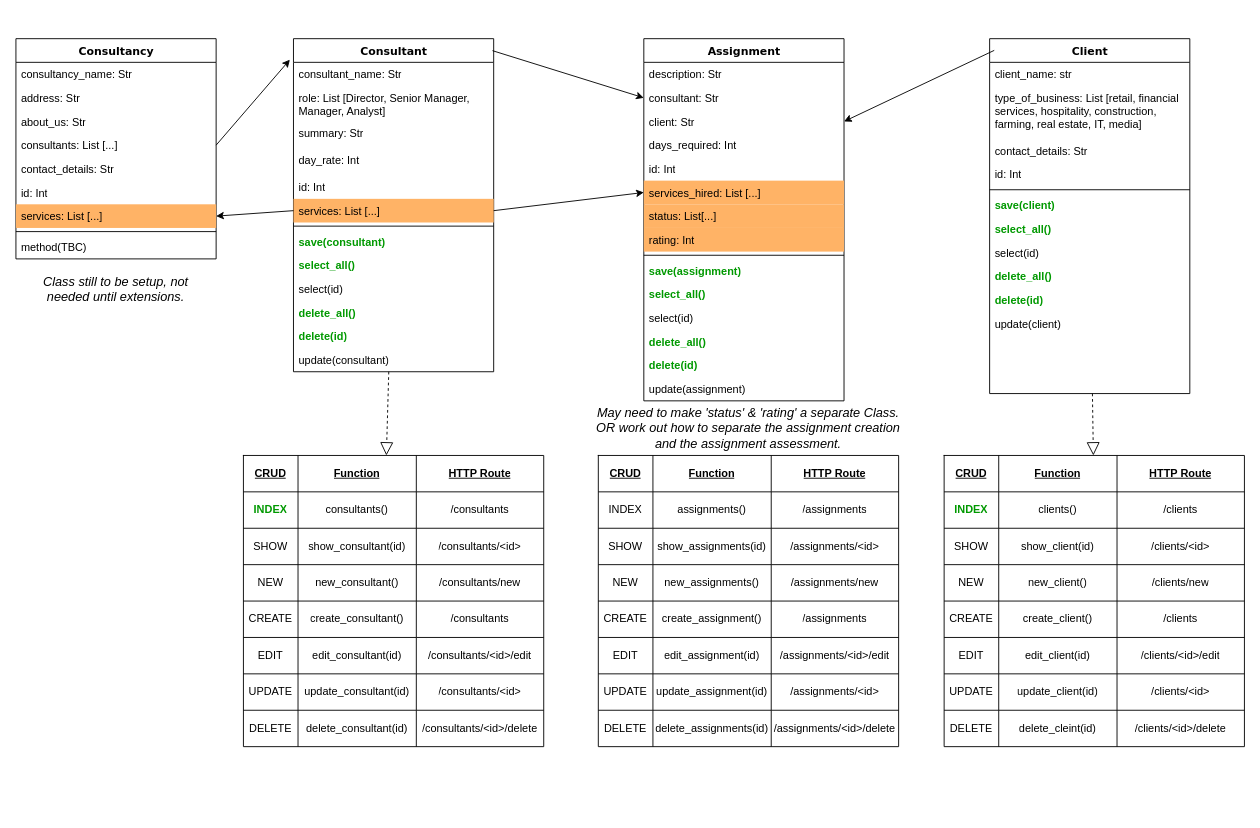
michaelmccoll/Project_Secure_Design keeps this draw.io diagram as planning/Class Diagrams.drawio. Above is the earlier version. Source tidied: cells renumbered, new cells numbered last; positions are measured from the earlier drawing's top-left corner, leaving out a move shared by most shapes. Both pictures are drawn from the tidied source at 91%, with x=0, y=0 at pixel (15, 38).
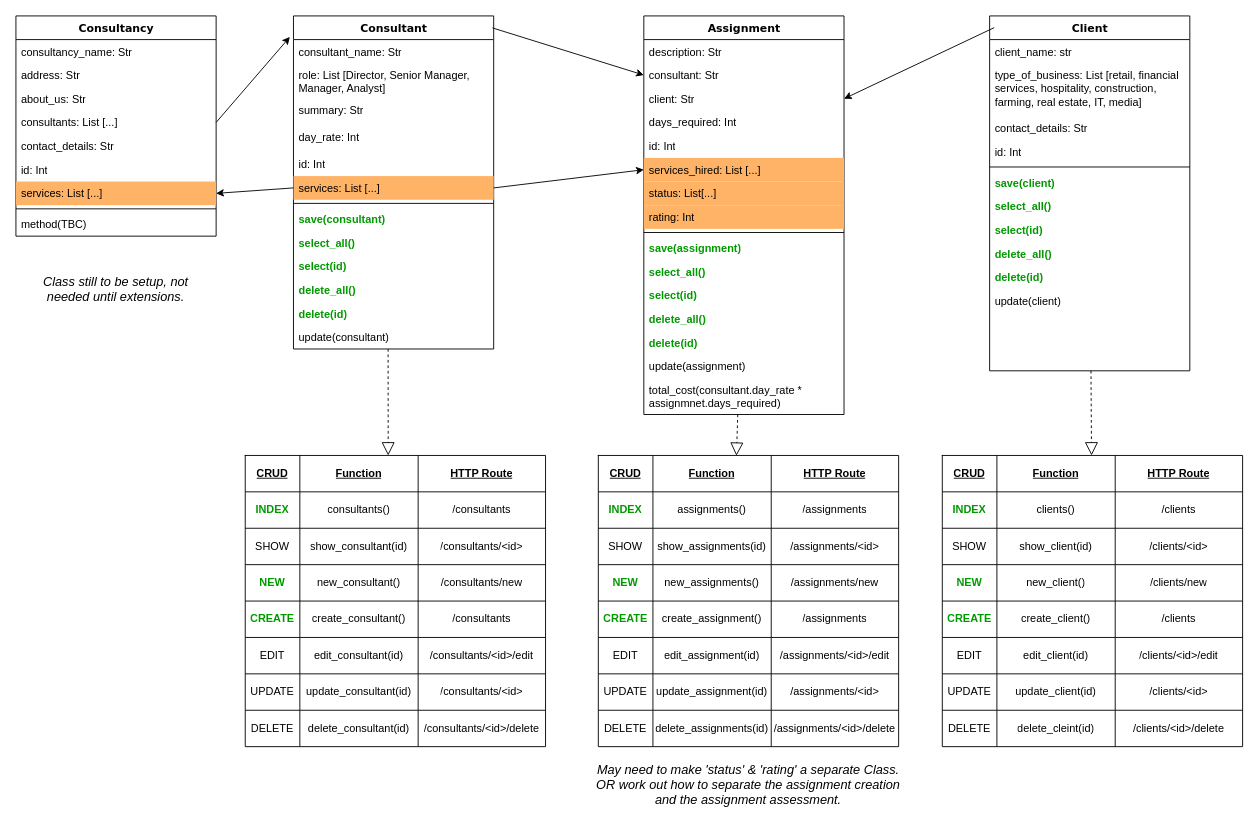
Above is the later version.

The change refers to these unchanged cells:
```xml
<mxCell id="42" style="shape=partialRectangle;html=1;whiteSpace=wrap;fillColor=none;top=0;left=0;bottom=0;right=0;points=[[0,0.5],[1,0.5]];portConstraint=eastwest;" parent="41" vertex="1">
  <mxGeometry width="330" height="40" as="geometry" />
</mxCell>
<mxCell id="54" style="shape=partialRectangle;html=1;whiteSpace=wrap;fillColor=none;top=0;left=0;bottom=0;right=0;" parent="41" vertex="1">
  <mxGeometry y="120" width="330" height="40" as="geometry" />
</mxCell>
<mxCell id="58" style="shape=partialRectangle;html=1;whiteSpace=wrap;fillColor=none;top=0;left=0;bottom=0;right=0;" parent="41" vertex="1">
  <mxGeometry y="160" width="330" height="40" as="geometry" />
</mxCell>
<mxCell id="87" style="shape=partialRectangle;html=1;whiteSpace=wrap;fillColor=none;top=0;left=0;bottom=0;right=0;" parent="74" vertex="1">
  <mxGeometry y="120" width="330" height="40" as="geometry" />
</mxCell>
<mxCell id="91" style="shape=partialRectangle;html=1;whiteSpace=wrap;fillColor=none;top=0;left=0;bottom=0;right=0;" parent="74" vertex="1">
  <mxGeometry y="160" width="330" height="40" as="geometry" />
</mxCell>
<mxCell id="130" style="shape=partialRectangle;html=1;whiteSpace=wrap;fillColor=none;top=0;left=0;bottom=0;right=0;points=[[0,0.5],[1,0.5]];portConstraint=eastwest;" parent="129" vertex="1">
  <mxGeometry width="330" height="40" as="geometry" />
</mxCell>
<mxCell id="134" style="shape=partialRectangle;html=1;whiteSpace=wrap;fillColor=none;top=0;left=0;bottom=0;right=0;" parent="129" vertex="1">
  <mxGeometry y="40" width="330" height="40" as="geometry" />
</mxCell>
<mxCell id="142" style="shape=partialRectangle;html=1;whiteSpace=wrap;fillColor=none;top=0;left=0;bottom=0;right=0;" parent="129" vertex="1">
  <mxGeometry y="120" width="330" height="40" as="geometry" />
</mxCell>
<mxCell id="146" style="shape=partialRectangle;html=1;whiteSpace=wrap;fillColor=none;top=0;left=0;bottom=0;right=0;" parent="129" vertex="1">
  <mxGeometry y="160" width="330" height="40" as="geometry" />
</mxCell>
```

The edit, as a diff of the source:
```diff
@@
     <mxCell id="2" value="Client" style="swimlane;html=1;fontStyle=1;align=center;verticalAlign=top;horizontal=1;startSize=26;swimlaneFillColor=#ffffff;rounded=0;shadow=0;comic=0;labelBackgroundColor=none;strokeWidth=1;fillColor=none;fontFamily=Verdana;fontSize=12;" parent="1" vertex="1">
-      <mxGeometry x="1070" width="220" height="390" as="geometry" />
+      <mxGeometry x="1070" y="-25" width="220" height="390" as="geometry" />
     </mxCell>
@@
-    <mxCell id="10" value="select(id)" style="text;html=1;strokeColor=none;fillColor=none;align=left;verticalAlign=top;spacingLeft=4;spacingRight=4;whiteSpace=wrap;overflow=hidden;" parent="2" vertex="1">
+    <mxCell id="10" value="select(id)" style="text;html=1;strokeColor=none;fillColor=none;align=left;verticalAlign=top;spacingLeft=4;spacingRight=4;whiteSpace=wrap;overflow=hidden;fontStyle=1;fontColor=#009900;" parent="2" vertex="1">
       <mxGeometry y="222" width="220" height="26" as="geometry" />
     </mxCell>
@@
     <mxCell id="14" value="Consultancy" style="swimlane;html=1;fontStyle=1;align=center;verticalAlign=top;horizontal=1;startSize=26;swimlaneFillColor=#ffffff;rounded=0;shadow=0;comic=0;labelBackgroundColor=none;strokeWidth=1;fillColor=none;fontFamily=Verdana;fontSize=12;" parent="1" vertex="1">
-      <mxGeometry width="220" height="242" as="geometry" />
+      <mxGeometry y="-25" width="220" height="242" as="geometry" />
     </mxCell>
@@
     <mxCell id="24" value="Consultant" style="swimlane;html=1;fontStyle=1;align=center;verticalAlign=top;horizontal=1;startSize=26;swimlaneFillColor=#ffffff;rounded=0;shadow=0;comic=0;labelBackgroundColor=none;strokeWidth=1;fillColor=none;fontFamily=Verdana;fontSize=12;" parent="1" vertex="1">
-      <mxGeometry x="305" width="220" height="366" as="geometry" />
+      <mxGeometry x="305" y="-25" width="220" height="366" as="geometry" />
     </mxCell>
@@
-    <mxCell id="34" value="select(id)" style="text;html=1;strokeColor=none;fillColor=none;align=left;verticalAlign=top;spacingLeft=4;spacingRight=4;whiteSpace=wrap;overflow=hidden;" parent="24" vertex="1">
+    <mxCell id="34" value="select(id)" style="text;html=1;strokeColor=none;fillColor=none;align=left;verticalAlign=top;spacingLeft=4;spacingRight=4;whiteSpace=wrap;overflow=hidden;fontStyle=1;fontColor=#009900;" parent="24" vertex="1">
       <mxGeometry y="262" width="220" height="26" as="geometry" />
     </mxCell>
@@
     <mxCell id="41" style="shape=table;html=1;whiteSpace=wrap;startSize=0;childLayout=tableLayout;fontColor=#009900;" parent="1" vertex="1">
-      <mxGeometry x="250" y="458" width="330" height="320" as="geometry" />
+      <mxGeometry x="252" y="458" width="330" height="320" as="geometry" />
     </mxCell>
@@
-    <mxCell id="55" value="NEW" style="shape=partialRectangle;html=1;whiteSpace=wrap;overflow=hidden;fillColor=none;top=0;left=0;bottom=0;right=0;" parent="54" vertex="1">
+    <mxCell id="55" value="NEW" style="shape=partialRectangle;html=1;whiteSpace=wrap;overflow=hidden;fillColor=none;top=0;left=0;bottom=0;right=0;fontColor=#009900;fontStyle=1;" parent="54" vertex="1">
       <mxGeometry width="60" height="40" as="geometry" />
     </mxCell>
@@
-    <mxCell id="59" value="CREATE" style="shape=partialRectangle;html=1;whiteSpace=wrap;overflow=hidden;fillColor=none;top=0;left=0;bottom=0;right=0;" parent="58" vertex="1">
+    <mxCell id="59" value="CREATE" style="shape=partialRectangle;html=1;whiteSpace=wrap;overflow=hidden;fillColor=none;top=0;left=0;bottom=0;right=0;fontColor=#009900;fontStyle=1;" parent="58" vertex="1">
       <mxGeometry width="60" height="40" as="geometry" />
     </mxCell>
@@
     <mxCell id="74" style="shape=table;html=1;whiteSpace=wrap;startSize=0;childLayout=tableLayout;" parent="1" vertex="1">
-      <mxGeometry x="1020" y="458" width="330" height="320" as="geometry" />
+      <mxGeometry x="1018" y="458" width="330" height="320" as="geometry" />
     </mxCell>
@@
-    <mxCell id="88" value="NEW" style="shape=partialRectangle;html=1;whiteSpace=wrap;overflow=hidden;fillColor=none;top=0;left=0;bottom=0;right=0;" parent="87" vertex="1">
+    <mxCell id="88" value="NEW" style="shape=partialRectangle;html=1;whiteSpace=wrap;overflow=hidden;fillColor=none;top=0;left=0;bottom=0;right=0;fontColor=#009900;fontStyle=1;" parent="87" vertex="1">
       <mxGeometry width="60" height="40" as="geometry" />
     </mxCell>
@@
-    <mxCell id="92" value="CREATE" style="shape=partialRectangle;html=1;whiteSpace=wrap;overflow=hidden;fillColor=none;top=0;left=0;bottom=0;right=0;" parent="91" vertex="1">
+    <mxCell id="92" value="CREATE" style="shape=partialRectangle;html=1;whiteSpace=wrap;overflow=hidden;fillColor=none;top=0;left=0;bottom=0;right=0;fontColor=#009900;fontStyle=1;" parent="91" vertex="1">
       <mxGeometry width="60" height="40" as="geometry" />
     </mxCell>
@@
-    <mxCell id="107" style="endArrow=block;dashed=1;endFill=0;endSize=12;html=1;entryX=0.476;entryY=0;entryDx=0;entryDy=0;entryPerimeter=0;" parent="1" edge="1" source="24" target="42">
-      <mxGeometry relative="1" as="geometry" />
+    <mxCell id="107" style="endArrow=block;dashed=1;endFill=0;endSize=12;html=1;entryX=0.476;entryY=0;entryDx=0;entryDy=0;entryPerimeter=0;" parent="1" edge="1" target="42">
+      <mxGeometry relative="1" as="geometry">
+        <mxPoint x="409" y="341" as="sourcePoint" />
+      </mxGeometry>
     </mxCell>
@@
     <mxCell id="109" value="Assignment" style="swimlane;html=1;fontStyle=1;align=center;verticalAlign=top;horizontal=1;startSize=26;swimlaneFillColor=#ffffff;rounded=0;shadow=0;comic=0;labelBackgroundColor=none;strokeWidth=1;fillColor=none;fontFamily=Verdana;fontSize=12;" parent="1" vertex="1">
-      <mxGeometry x="690" width="220" height="398" as="geometry" />
+      <mxGeometry x="690" y="-25" width="220" height="438" as="geometry" />
     </mxCell>
@@
-    <mxCell id="121" value="select(id)" style="text;html=1;strokeColor=none;fillColor=none;align=left;verticalAlign=top;spacingLeft=4;spacingRight=4;whiteSpace=wrap;overflow=hidden;" parent="109" vertex="1">
+    <mxCell id="121" value="select(id)" style="text;html=1;strokeColor=none;fillColor=none;align=left;verticalAlign=top;spacingLeft=4;spacingRight=4;whiteSpace=wrap;overflow=hidden;fontStyle=1;fontColor=#009900;" parent="109" vertex="1">
       <mxGeometry y="294" width="220" height="26" as="geometry" />
     </mxCell>
@@
+    <mxCell id="162" value="total_cost(consultant.day_rate * assignmnet.days_required)" style="text;html=1;strokeColor=none;fillColor=none;align=left;verticalAlign=top;spacingLeft=4;spacingRight=4;whiteSpace=wrap;overflow=hidden;" parent="109" vertex="1">
+      <mxGeometry y="398" width="220" height="40" as="geometry" />
+    </mxCell>
@@
     <mxCell id="127" value="May need to make 'status' &amp;amp; 'rating' a separate Class. OR work out how to separate the assignment creation and the assignment assessment." style="text;html=1;strokeColor=none;fillColor=none;align=center;verticalAlign=middle;whiteSpace=wrap;rounded=0;fontSize=14;fontStyle=2;" parent="1" vertex="1">
-      <mxGeometry x="630" y="398" width="350" height="60" as="geometry" />
+      <mxGeometry x="630" y="790" width="350" height="60" as="geometry" />
     </mxCell>
@@
-    <mxCell id="135" value="INDEX" style="shape=partialRectangle;html=1;whiteSpace=wrap;overflow=hidden;fillColor=none;top=0;left=0;bottom=0;right=0;" parent="134" vertex="1">
+    <mxCell id="135" value="INDEX" style="shape=partialRectangle;html=1;whiteSpace=wrap;overflow=hidden;fillColor=none;top=0;left=0;bottom=0;right=0;fontStyle=1;fontColor=#009900;" parent="134" vertex="1">
       <mxGeometry width="60" height="40" as="geometry" />
     </mxCell>
@@
-    <mxCell id="143" value="NEW" style="shape=partialRectangle;html=1;whiteSpace=wrap;overflow=hidden;fillColor=none;top=0;left=0;bottom=0;right=0;" parent="142" vertex="1">
+    <mxCell id="143" value="NEW" style="shape=partialRectangle;html=1;whiteSpace=wrap;overflow=hidden;fillColor=none;top=0;left=0;bottom=0;right=0;fontColor=#009900;fontStyle=1;" parent="142" vertex="1">
       <mxGeometry width="60" height="40" as="geometry" />
     </mxCell>
@@
-    <mxCell id="147" value="CREATE" style="shape=partialRectangle;html=1;whiteSpace=wrap;overflow=hidden;fillColor=none;top=0;left=0;bottom=0;right=0;" parent="146" vertex="1">
+    <mxCell id="147" value="CREATE" style="shape=partialRectangle;html=1;whiteSpace=wrap;overflow=hidden;fillColor=none;top=0;left=0;bottom=0;right=0;fontColor=#009900;fontStyle=1;" parent="146" vertex="1">
       <mxGeometry width="60" height="40" as="geometry" />
     </mxCell>
@@
+    <mxCell id="163" style="endArrow=block;dashed=1;endFill=0;endSize=12;html=1;entryX=0.46;entryY=0.008;entryDx=0;entryDy=0;entryPerimeter=0;" parent="1" edge="1" source="109" target="130">
+      <mxGeometry relative="1" as="geometry" />
+    </mxCell>
```
